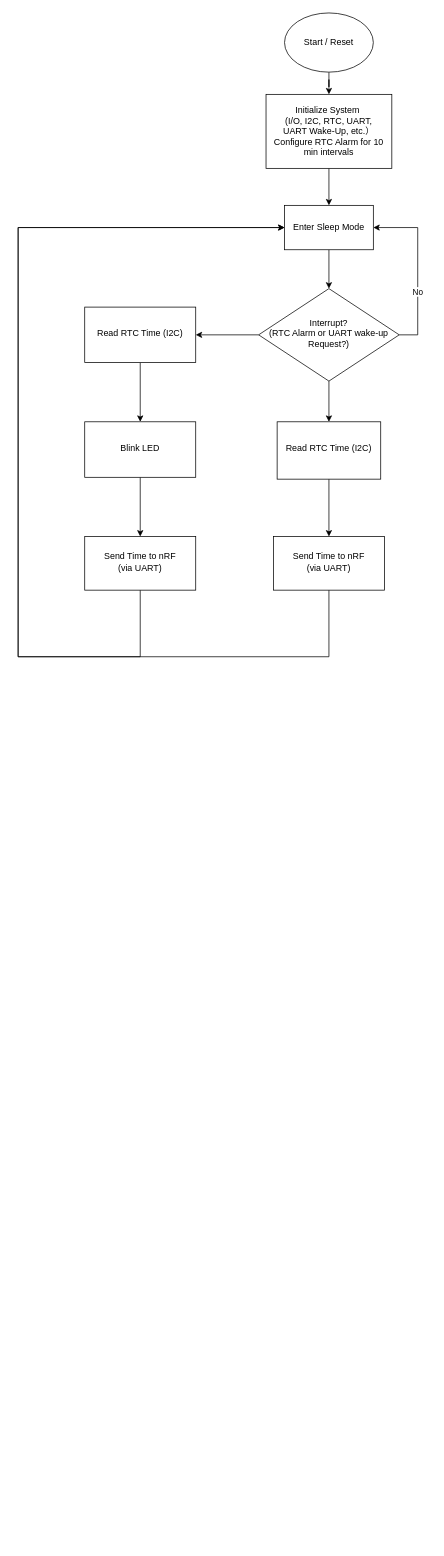
CHNCXY/netease-cloud keeps this draw.io diagram as 未命名绘图.drawio. Above is the earlier version. Source tidied: cells renumbered, new cells numbered last; positions are measured from the earlier drawing's top-left corner, leaving out a move shared by most shapes. Both pictures are drawn from the tidied source at 74%, with x=0, y=0 at pixel (18, 13).
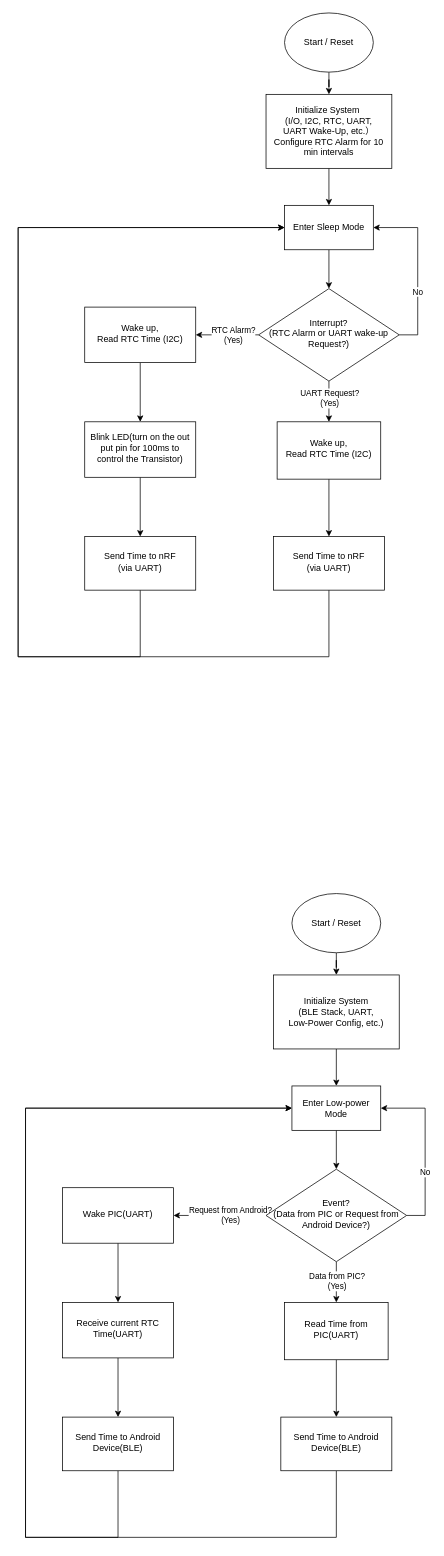
After the change.

Unchanged cells that the change refers to:
```xml
<mxCell id="4" style="edgeStyle=orthogonalEdgeStyle;rounded=0;jettySize=auto;html=1;" parent="1" edge="1" source="6" target="14">
  <mxGeometry relative="1" as="geometry" />
</mxCell>
<mxCell id="5" style="edgeStyle=orthogonalEdgeStyle;rounded=0;jettySize=auto;html=1;" parent="1" edge="1" source="6" target="20">
  <mxGeometry relative="1" as="geometry" />
</mxCell>
```

Diff of the diagram source:
```diff
@@
+    <mxCell id="23" value="RTC Alarm?&lt;div&gt;(Yes)&lt;/div&gt;" style="edgeLabel;html=1;align=center;verticalAlign=middle;" parent="4" vertex="1">
+      <mxGeometry x="-0.36" y="-1" relative="1" as="geometry">
+        <mxPoint x="-8" y="1" as="offset" />
+      </mxGeometry>
+    </mxCell>
@@
+    <mxCell id="24" value="UART Request?&lt;div&gt;(Yes)&lt;/div&gt;" style="edgeLabel;html=1;align=center;verticalAlign=middle;" parent="5" vertex="1">
+      <mxGeometry x="-0.47" y="3" relative="1" as="geometry">
+        <mxPoint x="-3" y="8" as="offset" />
+      </mxGeometry>
+    </mxCell>
@@
-    <mxCell id="14" value="&lt;div&gt;&lt;span style=&quot;background-color: transparent; color: light-dark(rgb(0, 0, 0), rgb(255, 255, 255));&quot;&gt;Read RTC Time (I2C)&lt;/span&gt;&lt;/div&gt;" style="whiteSpace=wrap;html=1;shadow=0;strokeWidth=1;spacing=6;spacingTop=-4;" parent="1" vertex="1">
+    <mxCell id="14" value="&lt;div&gt;&lt;span style=&quot;background-color: transparent; color: light-dark(rgb(0, 0, 0), rgb(255, 255, 255));&quot;&gt;Wake up,&lt;/span&gt;&lt;/div&gt;&lt;div&gt;&lt;span style=&quot;background-color: transparent; color: light-dark(rgb(0, 0, 0), rgb(255, 255, 255));&quot;&gt;Read RTC Time (I2C)&lt;/span&gt;&lt;/div&gt;" style="whiteSpace=wrap;html=1;shadow=0;strokeWidth=1;spacing=6;spacingTop=-4;" parent="1" vertex="1">
       <mxGeometry x="90" y="397.5" width="150" height="75" as="geometry" />
     </mxCell>
@@
-    <mxCell id="16" value="&lt;div&gt;&lt;span style=&quot;background-color: transparent; color: light-dark(rgb(0, 0, 0), rgb(255, 255, 255));&quot;&gt;Blink LED&lt;/span&gt;&lt;/div&gt;" style="whiteSpace=wrap;html=1;shadow=0;strokeWidth=1;spacing=6;spacingTop=-4;" parent="1" vertex="1">
+    <mxCell id="16" value="&lt;div&gt;&lt;span style=&quot;background-color: transparent; color: light-dark(rgb(0, 0, 0), rgb(255, 255, 255));&quot;&gt;Blink LED(turn on the out put pin for 100ms to control the Transistor)&lt;/span&gt;&lt;/div&gt;" style="whiteSpace=wrap;html=1;shadow=0;strokeWidth=1;spacing=6;spacingTop=-4;" parent="1" vertex="1">
       <mxGeometry x="90" y="552.5" width="150" height="75" as="geometry" />
     </mxCell>
@@
-    <mxCell id="20" value="Read RTC Time (I2C)" style="whiteSpace=wrap;html=1;shadow=0;strokeWidth=1;spacing=6;spacingTop=-4;" parent="1" vertex="1">
+    <mxCell id="20" value="Wake up,&lt;br&gt;Read RTC Time (I2C)" style="whiteSpace=wrap;html=1;shadow=0;strokeWidth=1;spacing=6;spacingTop=-4;" parent="1" vertex="1">
       <mxGeometry x="350" y="552.5" width="140" height="77.5" as="geometry" />
     </mxCell>
@@
+    <mxCell id="25" style="edgeStyle=orthogonalEdgeStyle;rounded=0;jettySize=auto;html=1;" parent="1" edge="1" source="31" target="37">
+      <mxGeometry relative="1" as="geometry">
+        <Array as="points">
+          <mxPoint x="550" y="1625" />
+          <mxPoint x="550" y="1480" />
+        </Array>
+      </mxGeometry>
+    </mxCell>
+    <mxCell id="26" value="No" style="edgeLabel;html=1;align=center;verticalAlign=middle;" parent="25" vertex="1">
+      <mxGeometry x="-0.27" y="1" relative="1" as="geometry" />
+    </mxCell>
+    <mxCell id="27" style="edgeStyle=orthogonalEdgeStyle;rounded=0;jettySize=auto;html=1;" parent="1" edge="1" source="31" target="39">
+      <mxGeometry relative="1" as="geometry" />
+    </mxCell>
+    <mxCell id="28" value="&lt;div&gt;&lt;span style=&quot;background-color: light-dark(#ffffff, var(--ge-dark-color, #121212)); color: light-dark(rgb(0, 0, 0), rgb(255, 255, 255));&quot;&gt;Request from Android?&lt;/span&gt;&lt;/div&gt;&lt;div&gt;(Yes)&lt;/div&gt;" style="edgeLabel;html=1;align=center;verticalAlign=middle;" parent="27" vertex="1">
+      <mxGeometry x="-0.22" y="-1" relative="1" as="geometry" />
+    </mxCell>
+    <mxCell id="29" style="edgeStyle=orthogonalEdgeStyle;rounded=0;jettySize=auto;html=1;" parent="1" edge="1" source="31" target="45">
+      <mxGeometry relative="1" as="geometry" />
+    </mxCell>
+    <mxCell id="30" value="Data from PIC?&lt;div&gt;(Yes)&lt;/div&gt;" style="edgeLabel;html=1;align=center;verticalAlign=middle;" parent="29" vertex="1">
+      <mxGeometry x="-0.07" relative="1" as="geometry" />
+    </mxCell>
+    <mxCell id="31" value="Event?&lt;div&gt;(Data from PIC or Request from Android Device?)&lt;/div&gt;" style="rhombus;whiteSpace=wrap;html=1;shadow=0;fontFamily=Helvetica;fontSize=12;align=center;strokeWidth=1;spacing=6;spacingTop=-4;" parent="1" vertex="1">
+      <mxGeometry x="335" y="1562.5" width="190" height="125" as="geometry" />
+    </mxCell>
+    <mxCell id="32" style="edgeStyle=orthogonalEdgeStyle;rounded=0;jettySize=auto;html=1;" parent="1" edge="1" source="33" target="35">
+      <mxGeometry relative="1" as="geometry" />
+    </mxCell>
+    <mxCell id="33" value="Start / Reset" style="ellipse;whiteSpace=wrap;html=1;" parent="1" vertex="1">
+      <mxGeometry x="370" y="1190" width="120" height="80" as="geometry" />
+    </mxCell>
+    <mxCell id="34" style="edgeStyle=orthogonalEdgeStyle;rounded=0;jettySize=auto;html=1;" parent="1" edge="1" source="35" target="37">
+      <mxGeometry relative="1" as="geometry" />
+    </mxCell>
+    <mxCell id="35" value="Initialize System&lt;div&gt;(BLE Stack, UART,&lt;/div&gt;&lt;div&gt;Low-Power Config, etc.)&lt;/div&gt;" style="rounded=0;whiteSpace=wrap;html=1;" parent="1" vertex="1">
+      <mxGeometry x="345" y="1300" width="170" height="100" as="geometry" />
+    </mxCell>
+    <mxCell id="36" style="edgeStyle=orthogonalEdgeStyle;rounded=0;jettySize=auto;html=1;" parent="1" edge="1" source="37" target="31">
+      <mxGeometry relative="1" as="geometry" />
+    </mxCell>
+    <mxCell id="37" value="Enter Low-power Mode" style="rounded=0;whiteSpace=wrap;html=1;" parent="1" vertex="1">
+      <mxGeometry x="370" y="1450" width="120" height="60" as="geometry" />
+    </mxCell>
+    <mxCell id="38" style="edgeStyle=orthogonalEdgeStyle;rounded=0;jettySize=auto;html=1;" parent="1" edge="1" source="39" target="41">
+      <mxGeometry relative="1" as="geometry" />
+    </mxCell>
+    <mxCell id="39" value="&lt;div&gt;&lt;span style=&quot;background-color: transparent; color: light-dark(rgb(0, 0, 0), rgb(255, 255, 255));&quot;&gt;Wake PIC(UART)&lt;/span&gt;&lt;/div&gt;" style="whiteSpace=wrap;html=1;shadow=0;strokeWidth=1;spacing=6;spacingTop=-4;" parent="1" vertex="1">
+      <mxGeometry x="60" y="1587.5" width="150" height="75" as="geometry" />
+    </mxCell>
+    <mxCell id="40" style="edgeStyle=orthogonalEdgeStyle;rounded=0;jettySize=auto;html=1;" parent="1" edge="1" source="41" target="43">
+      <mxGeometry relative="1" as="geometry" />
+    </mxCell>
+    <mxCell id="41" value="Receive current RTC Time(UART)" style="whiteSpace=wrap;html=1;shadow=0;strokeWidth=1;spacing=6;spacingTop=-4;" parent="1" vertex="1">
+      <mxGeometry x="60" y="1742.5" width="150" height="75" as="geometry" />
+    </mxCell>
+    <mxCell id="42" style="edgeStyle=orthogonalEdgeStyle;rounded=0;jettySize=auto;html=1;" parent="1" edge="1" source="43" target="37">
+      <mxGeometry relative="1" as="geometry">
+        <Array as="points">
+          <mxPoint x="135" y="2060" />
+          <mxPoint x="10" y="2060" />
+          <mxPoint x="10" y="1480" />
+        </Array>
+      </mxGeometry>
+    </mxCell>
+    <mxCell id="43" value="Send Time to Android Device(BLE)" style="whiteSpace=wrap;html=1;shadow=0;strokeWidth=1;spacing=6;spacingTop=-4;" parent="1" vertex="1">
+      <mxGeometry x="60" y="1897.5" width="150" height="72.5" as="geometry" />
+    </mxCell>
+    <mxCell id="44" style="edgeStyle=orthogonalEdgeStyle;rounded=0;jettySize=auto;html=1;" parent="1" edge="1" source="45" target="47">
+      <mxGeometry relative="1" as="geometry" />
+    </mxCell>
+    <mxCell id="45" value="Read Time from PIC(UART)" style="whiteSpace=wrap;html=1;shadow=0;strokeWidth=1;spacing=6;spacingTop=-4;" parent="1" vertex="1">
+      <mxGeometry x="360" y="1742.5" width="140" height="77.5" as="geometry" />
+    </mxCell>
+    <mxCell id="46" style="edgeStyle=orthogonalEdgeStyle;rounded=0;jettySize=auto;html=1;entryX=0;entryY=0.5;entryDx=0;entryDy=0;" parent="1" edge="1" source="47" target="37">
+      <mxGeometry relative="1" as="geometry">
+        <Array as="points">
+          <mxPoint x="430" y="2060" />
+          <mxPoint x="10" y="2060" />
+          <mxPoint x="10" y="1480" />
+        </Array>
+      </mxGeometry>
+    </mxCell>
+    <mxCell id="47" value="Send Time to Android Device(BLE)" style="whiteSpace=wrap;html=1;shadow=0;strokeWidth=1;spacing=6;spacingTop=-4;" parent="1" vertex="1">
+      <mxGeometry x="355" y="1897.5" width="150" height="72.5" as="geometry" />
+    </mxCell>
```
